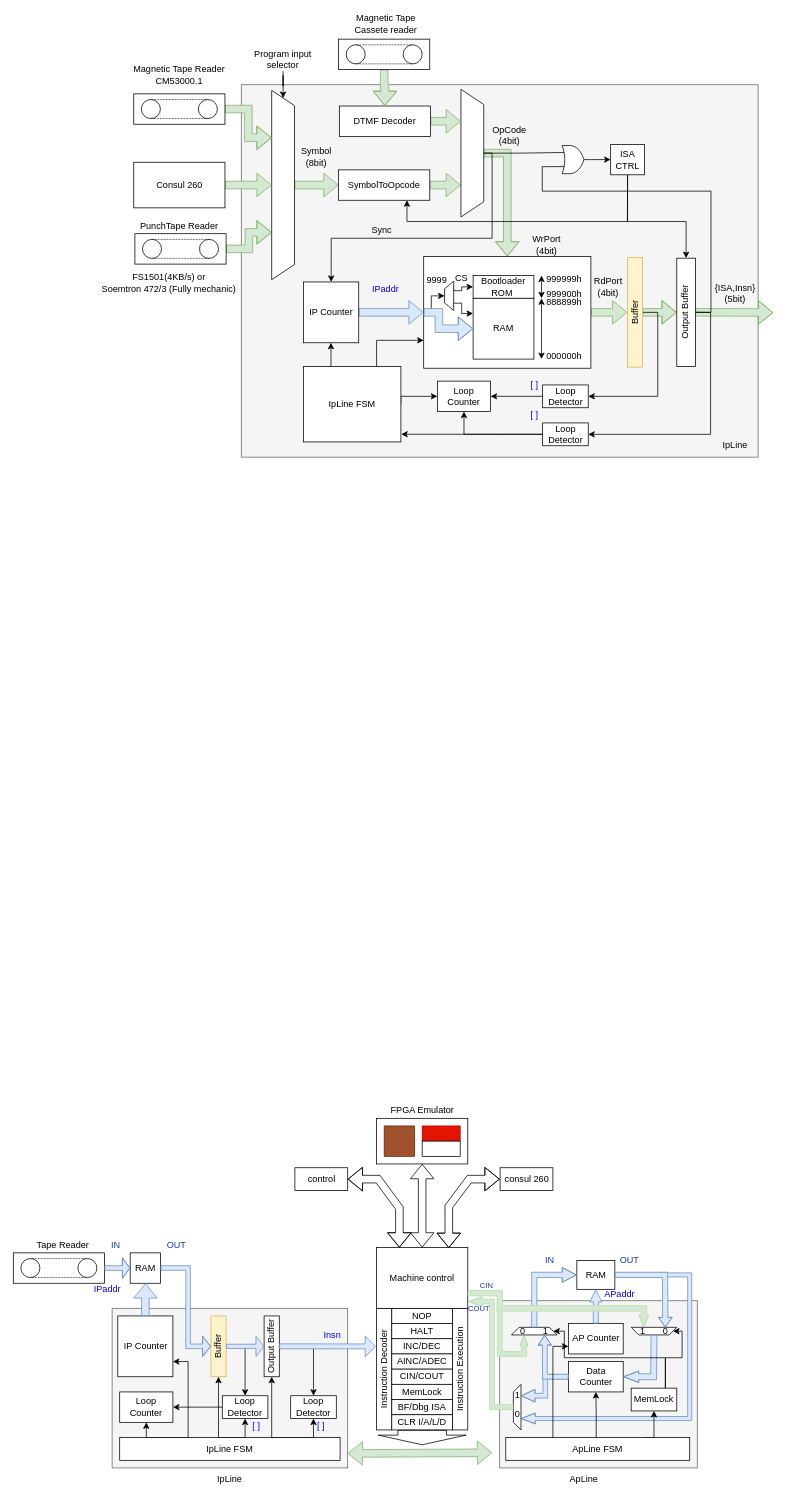
The draw.io diagram page "DekatronPC" (1 of 10) of doc/DekatronPC.drawio in radiolok/dekatronpc, before the edit. Source tidied: cells renumbered, new cells numbered last; positions are measured from the earlier drawing's top-left corner, leaving out a move shared by most shapes. Both pictures are drawn from the tidied source at 76%, with x=0, y=0 at pixel (13, 16).
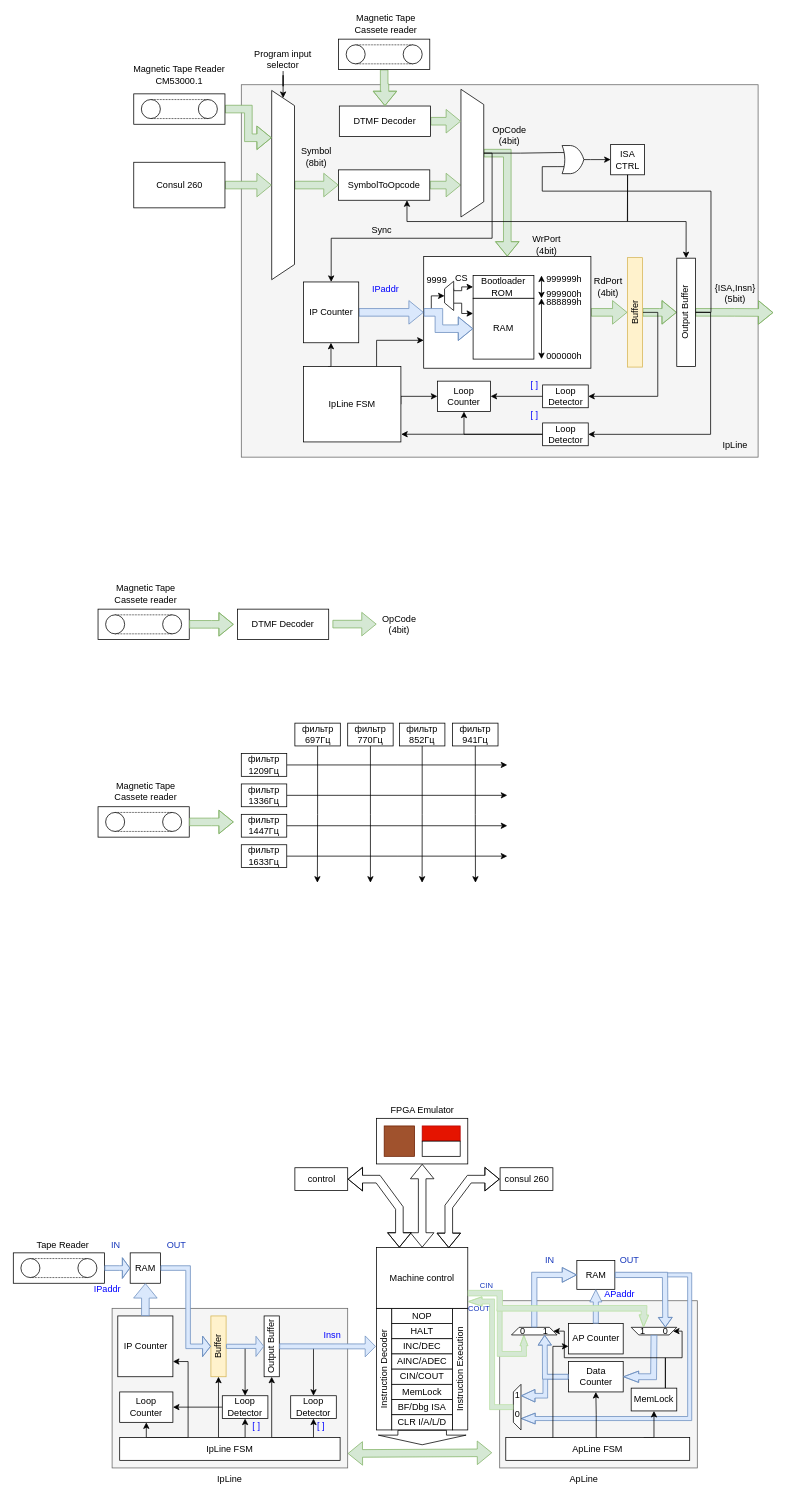
The same page after the edit.

The change refers to these unchanged cells:
```xml
<mxCell id="124" style="shape=trapezoid;perimeter=trapezoidPerimeter;whiteSpace=wrap;html=1;fixedSize=1;rotation=90;" parent="1" vertex="1">
  <mxGeometry x="230.5" y="207" width="249" height="30" as="geometry" />
</mxCell>
```

Change to the diagram source:
```diff
@@
-    <mxCell id="97" style="edgeStyle=orthogonalEdgeStyle;rounded=0;jettySize=auto;html=1;entryX=0.75;entryY=1;entryDx=0;entryDy=0;shape=flexArrow;fillColor=#d5e8d4;strokeColor=#82b366;" parent="1" edge="1" source="98" target="124">
-      <mxGeometry relative="1" as="geometry" />
-    </mxCell>
-    <mxCell id="98" style="verticalLabelPosition=bottom;outlineConnect=0;align=center;dashed=0;html=1;verticalAlign=top;shape=mxgraph.pid.misc.conveyor_(chain,_closed);" parent="1" vertex="1">
-      <mxGeometry x="160" y="286" width="120" height="40" as="geometry" />
-    </mxCell>
@@
-    <mxCell id="128" value="FS1501(4KB/s) or&lt;br&gt;Soemtron 472/3 (Fully mechanic)" style="text;html=1;strokeColor=none;fillColor=none;align=center;verticalAlign=middle;whiteSpace=wrap;rounded=0;" parent="1" vertex="1">
-      <mxGeometry x="100" y="313" width="210" height="76" as="geometry" />
-    </mxCell>
@@
-    <mxCell id="139" value="PunchTape Reader" style="text;html=1;strokeColor=none;fillColor=none;align=center;verticalAlign=middle;whiteSpace=wrap;rounded=0;" parent="1" vertex="1">
-      <mxGeometry x="166" y="266" width="105" height="20" as="geometry" />
-    </mxCell>
@@
+    <mxCell id="169" value="Magnetic Tape Cassete reader" style="text;html=1;strokeColor=none;fillColor=none;align=center;verticalAlign=middle;whiteSpace=wrap;rounded=0;" parent="1" vertex="1">
+      <mxGeometry x="111.5" y="750" width="124.5" height="20" as="geometry" />
+    </mxCell>
+    <mxCell id="170" style="verticalLabelPosition=bottom;outlineConnect=0;align=center;dashed=0;html=1;verticalAlign=top;shape=mxgraph.pid.misc.conveyor_(chain,_closed);" parent="1" vertex="1">
+      <mxGeometry x="111.5" y="780" width="120" height="40" as="geometry" />
+    </mxCell>
+    <mxCell id="171" style="edgeStyle=orthogonalEdgeStyle;rounded=0;jettySize=auto;html=1;fillColor=#d5e8d4;strokeColor=#82b366;shape=flexArrow;" parent="1" edge="1" source="170">
+      <mxGeometry relative="1" as="geometry">
+        <mxPoint x="290" y="800" as="targetPoint" />
+      </mxGeometry>
+    </mxCell>
+    <mxCell id="172" value="DTMF Decoder" style="rounded=0;whiteSpace=wrap;html=1;" parent="1" vertex="1">
+      <mxGeometry x="295" y="780" width="120" height="40" as="geometry" />
+    </mxCell>
+    <mxCell id="173" value="OpCode&lt;br&gt;(4bit)" style="text;html=1;strokeColor=none;fillColor=none;align=center;verticalAlign=middle;whiteSpace=wrap;rounded=0;" parent="1" vertex="1">
+      <mxGeometry x="478" y="785" width="60" height="30" as="geometry" />
+    </mxCell>
+    <mxCell id="174" style="edgeStyle=orthogonalEdgeStyle;rounded=0;orthogonalLoop=1;jettySize=auto;html=1;fillColor=#d5e8d4;strokeColor=#82b366;shape=flexArrow;" parent="1" edge="1">
+      <mxGeometry relative="1" as="geometry">
+        <mxPoint x="420" y="799.7" as="sourcePoint" />
+        <mxPoint x="478" y="799.7" as="targetPoint" />
+      </mxGeometry>
+    </mxCell>
+    <mxCell id="175" value="Magnetic Tape Cassete reader" style="text;html=1;strokeColor=none;fillColor=none;align=center;verticalAlign=middle;whiteSpace=wrap;rounded=0;" parent="1" vertex="1">
+      <mxGeometry x="111.5" y="1010" width="124.5" height="20" as="geometry" />
+    </mxCell>
+    <mxCell id="176" style="verticalLabelPosition=bottom;outlineConnect=0;align=center;dashed=0;html=1;verticalAlign=top;shape=mxgraph.pid.misc.conveyor_(chain,_closed);" parent="1" vertex="1">
+      <mxGeometry x="111.5" y="1040" width="120" height="40" as="geometry" />
+    </mxCell>
+    <mxCell id="177" style="edgeStyle=orthogonalEdgeStyle;rounded=0;jettySize=auto;html=1;fillColor=#d5e8d4;strokeColor=#82b366;shape=flexArrow;" parent="1" edge="1" source="176">
+      <mxGeometry relative="1" as="geometry">
+        <mxPoint x="290" y="1060" as="targetPoint" />
+      </mxGeometry>
+    </mxCell>
+    <mxCell id="178" style="edgeStyle=orthogonalEdgeStyle;rounded=0;jettySize=auto;html=1;exitX=0.5;exitY=1;exitDx=0;exitDy=0;" parent="1" edge="1" source="179">
+      <mxGeometry relative="1" as="geometry">
+        <mxPoint x="400.1" y="1140" as="targetPoint" />
+      </mxGeometry>
+    </mxCell>
+    <mxCell id="179" value="фильтр 697Гц" style="rounded=0;whiteSpace=wrap;html=1;" parent="1" vertex="1">
+      <mxGeometry x="370.5" y="930" width="59.8" height="30" as="geometry" />
+    </mxCell>
+    <mxCell id="180" style="edgeStyle=orthogonalEdgeStyle;rounded=0;jettySize=auto;html=1;exitX=0.5;exitY=1;exitDx=0;exitDy=0;" parent="1" edge="1" source="181">
+      <mxGeometry relative="1" as="geometry">
+        <mxPoint x="469.9" y="1140" as="targetPoint" />
+      </mxGeometry>
+    </mxCell>
+    <mxCell id="181" value="фильтр 770Гц" style="rounded=0;whiteSpace=wrap;html=1;" parent="1" vertex="1">
+      <mxGeometry x="440" y="930" width="59.8" height="30" as="geometry" />
+    </mxCell>
+    <mxCell id="182" style="edgeStyle=orthogonalEdgeStyle;rounded=0;jettySize=auto;html=1;exitX=0.5;exitY=1;exitDx=0;exitDy=0;" parent="1" edge="1" source="183">
+      <mxGeometry relative="1" as="geometry">
+        <mxPoint x="537.9" y="1140" as="targetPoint" />
+      </mxGeometry>
+    </mxCell>
+    <mxCell id="183" value="фильтр 852Гц" style="rounded=0;whiteSpace=wrap;html=1;" parent="1" vertex="1">
+      <mxGeometry x="508.1" y="930" width="59.8" height="30" as="geometry" />
+    </mxCell>
+    <mxCell id="184" style="edgeStyle=orthogonalEdgeStyle;rounded=0;jettySize=auto;html=1;exitX=0.5;exitY=1;exitDx=0;exitDy=0;" parent="1" edge="1" source="185">
+      <mxGeometry relative="1" as="geometry">
+        <mxPoint x="608.1" y="1140" as="targetPoint" />
+      </mxGeometry>
+    </mxCell>
+    <mxCell id="185" value="фильтр 941Гц" style="rounded=0;whiteSpace=wrap;html=1;" parent="1" vertex="1">
+      <mxGeometry x="578" y="930" width="59.8" height="30" as="geometry" />
+    </mxCell>
+    <mxCell id="186" style="edgeStyle=orthogonalEdgeStyle;rounded=0;jettySize=auto;html=1;" parent="1" edge="1" source="187">
+      <mxGeometry relative="1" as="geometry">
+        <mxPoint x="650" y="985" as="targetPoint" />
+      </mxGeometry>
+    </mxCell>
+    <mxCell id="187" value="фильтр 1209Гц" style="rounded=0;whiteSpace=wrap;html=1;" parent="1" vertex="1">
+      <mxGeometry x="300" y="970" width="59.8" height="30" as="geometry" />
+    </mxCell>
+    <mxCell id="188" style="edgeStyle=orthogonalEdgeStyle;rounded=0;jettySize=auto;html=1;" parent="1" edge="1" source="189">
+      <mxGeometry relative="1" as="geometry">
+        <mxPoint x="650" y="1025" as="targetPoint" />
+      </mxGeometry>
+    </mxCell>
+    <mxCell id="189" value="фильтр 1336Гц" style="rounded=0;whiteSpace=wrap;html=1;" parent="1" vertex="1">
+      <mxGeometry x="300" y="1010" width="59.8" height="30" as="geometry" />
+    </mxCell>
+    <mxCell id="190" style="edgeStyle=orthogonalEdgeStyle;rounded=0;jettySize=auto;html=1;" parent="1" edge="1" source="191">
+      <mxGeometry relative="1" as="geometry">
+        <mxPoint x="650" y="1065" as="targetPoint" />
+      </mxGeometry>
+    </mxCell>
+    <mxCell id="191" value="фильтр 1447Гц" style="rounded=0;whiteSpace=wrap;html=1;" parent="1" vertex="1">
+      <mxGeometry x="300" y="1050" width="59.8" height="30" as="geometry" />
+    </mxCell>
+    <mxCell id="192" style="edgeStyle=orthogonalEdgeStyle;rounded=0;jettySize=auto;html=1;" parent="1" edge="1" source="193">
+      <mxGeometry relative="1" as="geometry">
+        <mxPoint x="650" y="1105" as="targetPoint" />
+      </mxGeometry>
+    </mxCell>
+    <mxCell id="193" value="фильтр 1633Гц" style="rounded=0;whiteSpace=wrap;html=1;" parent="1" vertex="1">
+      <mxGeometry x="300" y="1090" width="59.8" height="30" as="geometry" />
+    </mxCell>
```
